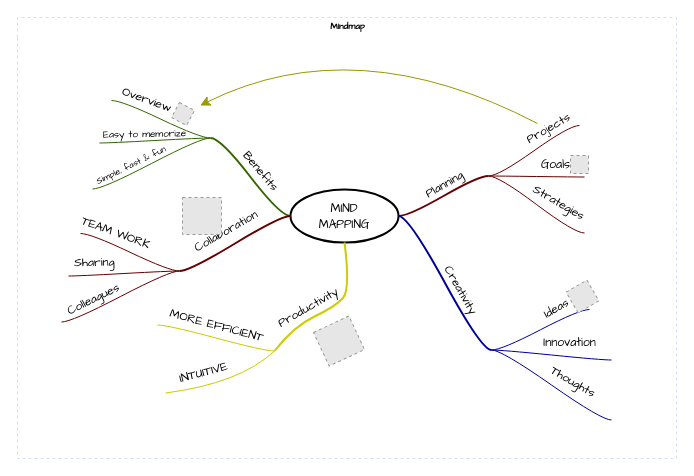
The draw.io diagram Unbenanntes Diagramm.drawio in Nanostar007/My-stuff-and-dumps, before the edit. Source tidied: cells renumbered, new cells numbered last; positions are measured from the earlier drawing's top-left corner, leaving out a move shared by most shapes. Both pictures are drawn from the tidied source at 100%, with x=0, y=0 at pixel (17, 17). Pictures stored in the file or linked from it are replaced by grey dashed boxes.
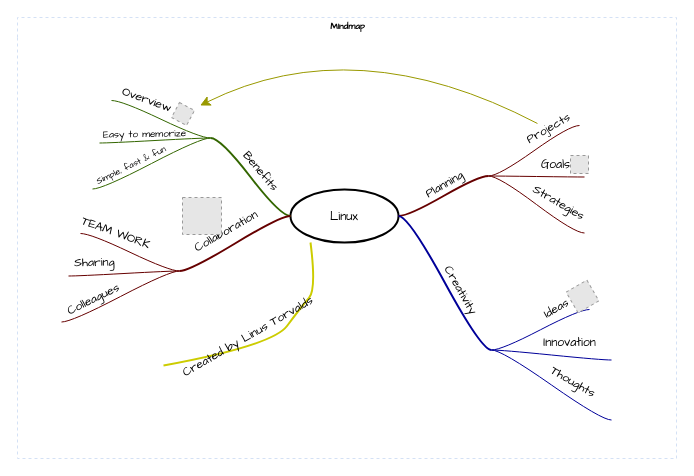
After the change.

The change refers to these unchanged cells:
```xml
<mxCell id="2" value="Mindmap" style="swimlane;html=1;startSize=20;horizontal=1;containerType=tree;labelBackgroundColor=none;strokeColor=#D4E1F5;strokeWidth=1;fillColor=none;fontFamily=Comic Sans MS;fontSize=9;swimlaneLine=0;dashed=1;" parent="1" vertex="1">
  <mxGeometry width="659" height="441" as="geometry" />
</mxCell>
<mxCell id="61" style="whiteSpace=wrap;html=1;rounded=1;arcSize=50;align=center;verticalAlign=middle;strokeWidth=1;spacing=4;" parent="2" vertex="1">
  <mxGeometry x="257" y="333" height="1" as="geometry" />
</mxCell>
```

The edit, as a diff of the source:
```diff
@@
-    <mxCell id="3" value="&lt;font face=&quot;Comic Sans MS&quot;&gt;MIND&lt;br&gt;MAPPING&lt;/font&gt;" style="ellipse;whiteSpace=wrap;html=1;align=center;strokeWidth=2;" parent="2" vertex="1">
+    <mxCell id="3" value="&lt;font face=&quot;Comic Sans MS&quot;&gt;Linux&lt;/font&gt;" style="ellipse;whiteSpace=wrap;html=1;align=center;strokeWidth=2;" parent="2" vertex="1">
       <mxGeometry x="273" y="172" width="108" height="53" as="geometry" />
     </mxCell>
@@
-    <mxCell id="62" style="startArrow=none;endArrow=none;segment=10;strokeWidth=2;strokeColor=#CCCC00;exitX=0.5;exitY=1;curved=1;rounded=0;fontSize=12;startSize=8;endSize=8;" parent="2" edge="1" source="3" target="61">
+    <mxCell id="62" style="startArrow=none;endArrow=none;segment=10;strokeWidth=2;strokeColor=#CCCC00;exitX=0.5;exitY=1;curved=1;rounded=0;fontSize=12;startSize=8;endSize=8;" parent="2" edge="1">
       <mxGeometry relative="1" as="geometry">
+        <mxPoint x="293" y="225" as="sourcePoint" />
+        <mxPoint x="146" y="348" as="targetPoint" />
         <Array as="points">
-          <mxPoint x="333" y="272" />
-          <mxPoint x="318" y="289" />
-          <mxPoint x="276" y="309" />
+          <mxPoint x="299" y="272" />
+          <mxPoint x="284" y="289" />
+          <mxPoint x="255" y="328" />
         </Array>
       </mxGeometry>
     </mxCell>
-    <mxCell id="63" value="Productivity" style="text;html=1;align=center;verticalAlign=middle;labelBackgroundColor=none;rotation=-30;fontFamily=Comic Sans MS;" parent="62" vertex="1">
+    <mxCell id="63" value="Created by Linus Torvalds&lt;div&gt;&lt;br&gt;&lt;/div&gt;" style="text;html=1;align=center;verticalAlign=middle;labelBackgroundColor=none;rotation=-30;fontFamily=Comic Sans MS;" parent="62" vertex="1">
       <mxGeometry x="0.02" y="2" relative="1" as="geometry">
         <mxPoint x="-24" y="-2" as="offset" />
       </mxGeometry>
     </mxCell>
-    <mxCell id="64" style="whiteSpace=wrap;html=1;rounded=1;arcSize=50;align=center;verticalAlign=middle;strokeWidth=1;spacing=4;" parent="2" vertex="1">
-      <mxGeometry x="148" y="375" height="1" as="geometry" />
-    </mxCell>
-    <mxCell id="65" style="startArrow=none;endArrow=none;segment=10;strokeColor=#CCCC00;curved=1;rounded=0;fontSize=12;startSize=8;endSize=8;" parent="2" edge="1" source="61" target="64">
-      <mxGeometry relative="1" as="geometry">
-        <Array as="points">
-          <mxPoint x="222" y="366" />
-        </Array>
-      </mxGeometry>
-    </mxCell>
-    <mxCell id="66" value="INTUITIVE" style="text;html=1;align=center;verticalAlign=middle;labelBackgroundColor=none;fontFamily=Comic Sans MS;rotation=-15;fontSize=12;" parent="65" vertex="1">
-      <mxGeometry x="-0.11" y="-1" relative="1" as="geometry">
-        <mxPoint x="-30" y="-10" as="offset" />
-      </mxGeometry>
-    </mxCell>
-    <mxCell id="67" style="whiteSpace=wrap;html=1;rounded=1;arcSize=50;align=center;verticalAlign=middle;strokeWidth=1;spacing=4;" parent="2" vertex="1">
-      <mxGeometry x="140" y="307" height="1" as="geometry" />
-    </mxCell>
-    <mxCell id="68" style="edgeStyle=entityRelationEdgeStyle;startArrow=none;endArrow=none;segment=10;curved=1;strokeColor=#CCCC00;rounded=0;fontSize=12;startSize=8;endSize=8;" parent="2" edge="1" source="61" target="67">
-      <mxGeometry relative="1" as="geometry" />
-    </mxCell>
-    <mxCell id="69" value="MORE EFFICIENT" style="text;html=1;align=center;verticalAlign=middle;labelBackgroundColor=none;fontFamily=Comic Sans MS;rotation=15;fontSize=12;" parent="68" vertex="1">
-      <mxGeometry x="-0.11" y="-1" relative="1" as="geometry">
-        <mxPoint x="-6" y="-13" as="offset" />
-      </mxGeometry>
-    </mxCell>
-    <mxCell id="70" style="fillColor=#E6E6E6;strokeColor=#999999;dashed=1;html=1;verticalAlign=top;verticalLabelPosition=bottom;labelBackgroundColor=#ffffff;fontFamily=Comic Sans MS;fontSize=12;fontColor=#000000;align=center;rotation=-25;" parent="2" vertex="1">
-      <mxGeometry x="302" y="305" width="39" height="37" as="geometry" />
-    </mxCell>
-    <mxCell id="71" style="edgeStyle=none;jumpStyle=arc;html=1;entryX=0.5;entryY=1;entryPerimeter=0;endArrow=classicThin;endFill=1;jettySize=auto;strokeColor=none;strokeWidth=2;fontFamily=Comic Sans MS;fontSize=12;rounded=0;startSize=8;endSize=8;curved=1;" parent="2" edge="1" source="61" target="70">
-      <mxGeometry relative="1" as="geometry" />
-    </mxCell>
```
